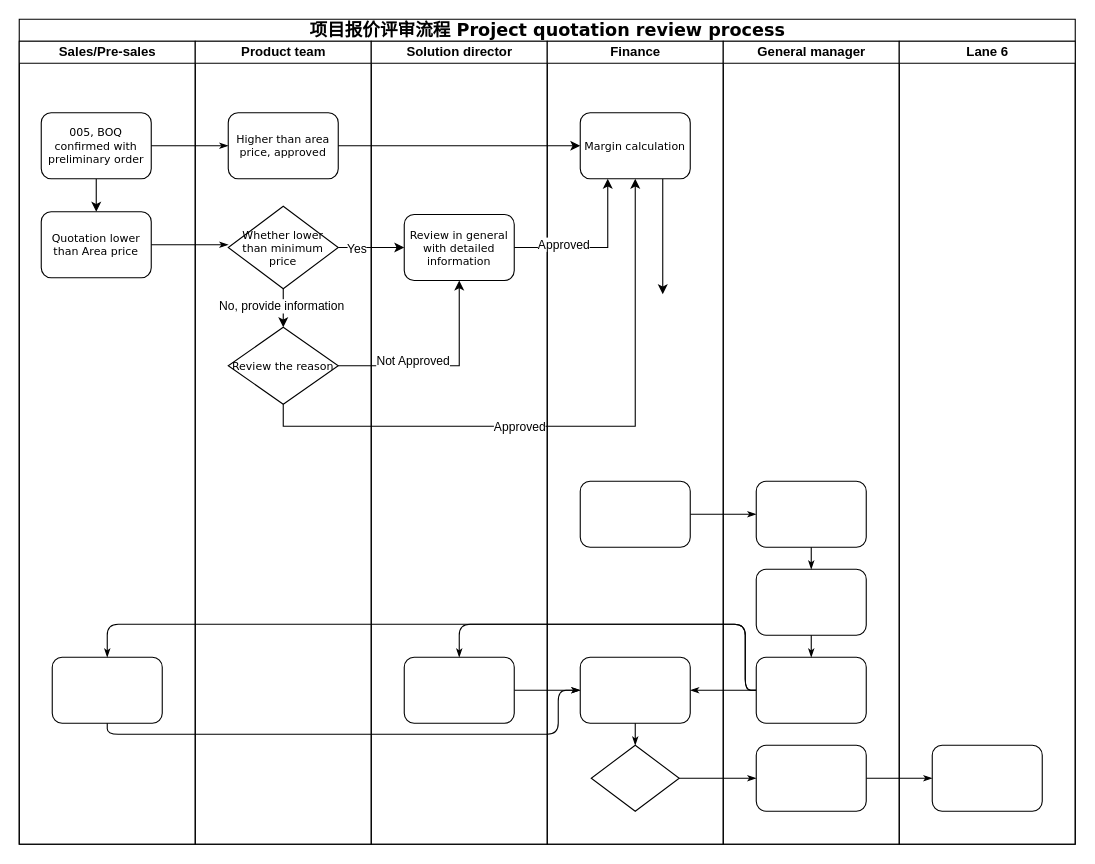
This is project quotation.drawio from akkkriver/diagramswork, a draw.io file, before an edit. Source tidied: cells renumbered, new cells numbered last; positions are measured from the earlier drawing's top-left corner, leaving out a move shared by most shapes. Both pictures are drawn from the tidied source at 110%, with x=0, y=0 at pixel (19, 19).
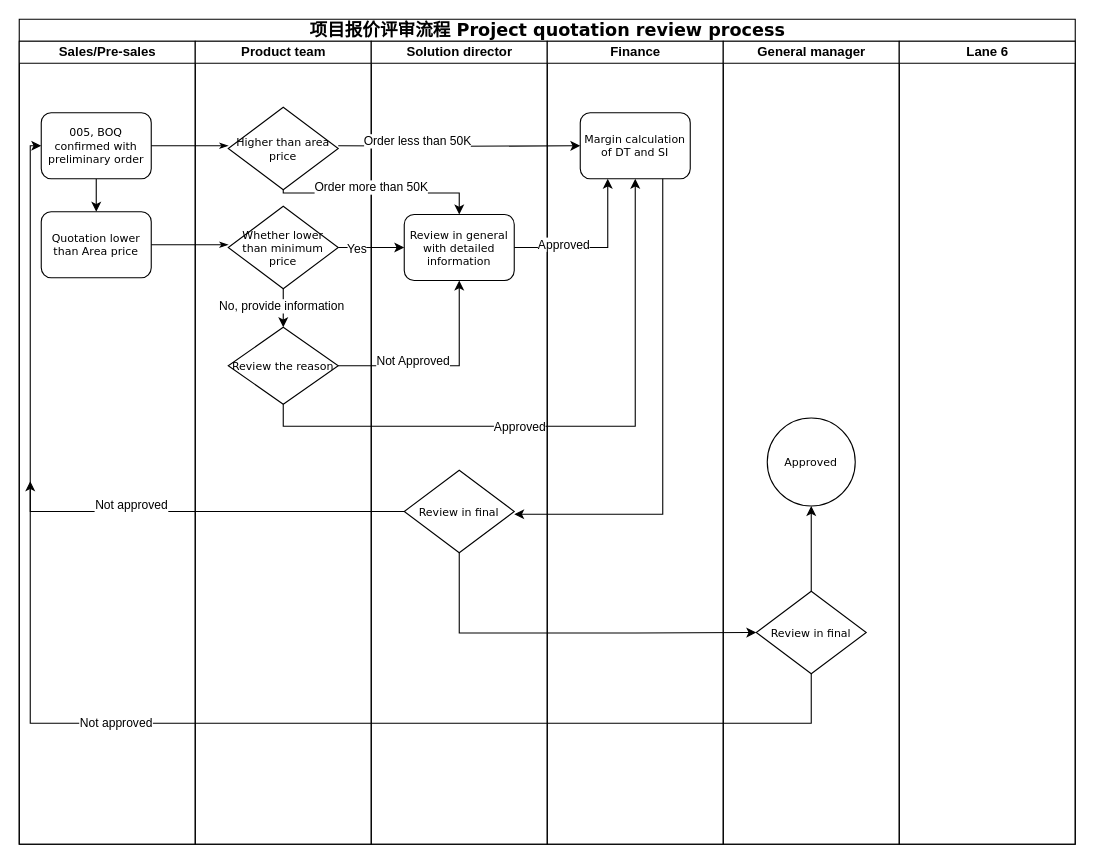
The same page after the edit.

Unchanged cells that the change refers to:
```xml
<mxCell id="2" value="&lt;font style=&quot;font-size: 16px;&quot;&gt;项目报价评审流程 Project quotation review process&lt;/font&gt;" style="swimlane;html=1;startSize=20;rounded=0;shadow=0;labelBackgroundColor=none;strokeWidth=1;fontFamily=Verdana;fontSize=8;align=center;" parent="1" vertex="1">
  <mxGeometry width="960" height="750" as="geometry" />
</mxCell>
<mxCell id="3" value="Sales/Pre-sales" style="swimlane;html=1;startSize=20;" parent="2" vertex="1">
  <mxGeometry y="20" width="160" height="730" as="geometry" />
</mxCell>
<mxCell id="5" value="&lt;font style=&quot;font-size: 10px;&quot;&gt;005, BOQ confirmed with preliminary order&lt;/font&gt;" style="rounded=1;whiteSpace=wrap;html=1;shadow=0;labelBackgroundColor=none;strokeWidth=1;fontFamily=Verdana;fontSize=8;align=center;" parent="3" vertex="1">
  <mxGeometry x="20" y="65" width="100" height="60" as="geometry" />
</mxCell>
<mxCell id="18" value="Product team" style="swimlane;html=1;startSize=20;" parent="2" vertex="1">
  <mxGeometry x="160" y="20" width="160" height="730" as="geometry" />
</mxCell>
<mxCell id="24" value="Solution director" style="swimlane;html=1;startSize=20;" parent="2" vertex="1">
  <mxGeometry x="320" y="20" width="160" height="730" as="geometry" />
</mxCell>
<mxCell id="25" value="&lt;font style=&quot;font-size: 10px;&quot;&gt;Review in general with detailed information&lt;/font&gt;" style="rounded=1;whiteSpace=wrap;html=1;shadow=0;labelBackgroundColor=none;strokeWidth=1;fontFamily=Verdana;fontSize=8;align=center;" parent="24" vertex="1">
  <mxGeometry x="30" y="157.5" width="100" height="60" as="geometry" />
</mxCell>
<mxCell id="29" value="&lt;font style=&quot;font-size: 12px;&quot;&gt;Finance&lt;/font&gt;" style="swimlane;html=1;startSize=20;" parent="2" vertex="1">
  <mxGeometry x="480" y="20" width="160" height="730" as="geometry" />
</mxCell>
<mxCell id="36" value="General manager" style="swimlane;html=1;startSize=20;" parent="2" vertex="1">
  <mxGeometry x="640" y="20" width="160" height="730" as="geometry" />
</mxCell>
<mxCell id="43" value="Lane 6" style="swimlane;html=1;startSize=20;" parent="2" vertex="1">
  <mxGeometry x="800" y="20" width="160" height="730" as="geometry" />
</mxCell>
```

Change to the diagram source:
```diff
@@
-    <mxCell id="7" style="rounded=1;whiteSpace=wrap;html=1;shadow=0;labelBackgroundColor=none;strokeWidth=1;fontFamily=Verdana;fontSize=8;align=center;" parent="3" vertex="1">
-      <mxGeometry x="30" y="560" width="100" height="60" as="geometry" />
-    </mxCell>
-    <mxCell id="8" style="edgeStyle=orthogonalEdgeStyle;rounded=1;html=1;labelBackgroundColor=none;startArrow=none;startFill=0;startSize=5;endArrow=classicThin;endFill=1;endSize=5;jettySize=auto;strokeWidth=1;fontFamily=Verdana;fontSize=8;" parent="2" edge="1" source="5" target="19">
-      <mxGeometry relative="1" as="geometry" />
+    <mxCell id="8" style="edgeStyle=orthogonalEdgeStyle;rounded=1;html=1;labelBackgroundColor=none;startArrow=none;startFill=0;startSize=5;endArrow=classicThin;endFill=1;endSize=5;jettySize=auto;strokeWidth=1;fontFamily=Verdana;fontSize=8;" parent="2" edge="1" source="5">
+      <mxGeometry relative="1" as="geometry">
+        <mxPoint x="190" y="115" as="targetPoint" />
+      </mxGeometry>
     </mxCell>
@@
-    <mxCell id="10" style="edgeStyle=orthogonalEdgeStyle;rounded=1;html=1;labelBackgroundColor=none;startArrow=none;startFill=0;startSize=5;endArrow=classicThin;endFill=1;endSize=5;jettySize=auto;strokeWidth=1;fontFamily=Verdana;fontSize=8;" parent="2" edge="1" source="32" target="40">
-      <mxGeometry relative="1" as="geometry" />
-    </mxCell>
-    <mxCell id="11" style="edgeStyle=orthogonalEdgeStyle;rounded=1;html=1;labelBackgroundColor=none;startArrow=none;startFill=0;startSize=5;endArrow=classicThin;endFill=1;endSize=5;jettySize=auto;strokeWidth=1;fontFamily=Verdana;fontSize=8;" parent="2" edge="1" source="40" target="44">
-      <mxGeometry relative="1" as="geometry" />
-    </mxCell>
-    <mxCell id="12" style="edgeStyle=orthogonalEdgeStyle;rounded=1;html=1;labelBackgroundColor=none;startArrow=none;startFill=0;startSize=5;endArrow=classicThin;endFill=1;endSize=5;jettySize=auto;strokeWidth=1;fontFamily=Verdana;fontSize=8;" parent="2" edge="1" source="30" target="37">
-      <mxGeometry relative="1" as="geometry" />
-    </mxCell>
-    <mxCell id="13" style="edgeStyle=orthogonalEdgeStyle;rounded=1;html=1;labelBackgroundColor=none;startArrow=none;startFill=0;startSize=5;endArrow=classicThin;endFill=1;endSize=5;jettySize=auto;strokeWidth=1;fontFamily=Verdana;fontSize=8;" parent="2" edge="1" source="39" target="26">
-      <mxGeometry relative="1" as="geometry">
-        <Array as="points">
-          <mxPoint x="660" y="610" />
-          <mxPoint x="660" y="550" />
-          <mxPoint x="400" y="550" />
-        </Array>
-      </mxGeometry>
-    </mxCell>
-    <mxCell id="14" style="edgeStyle=orthogonalEdgeStyle;rounded=1;html=1;labelBackgroundColor=none;startArrow=none;startFill=0;startSize=5;endArrow=classicThin;endFill=1;endSize=5;jettySize=auto;strokeColor=#000000;strokeWidth=1;fontFamily=Verdana;fontSize=8;fontColor=#000000;" parent="2" edge="1" source="39" target="31">
-      <mxGeometry relative="1" as="geometry" />
-    </mxCell>
-    <mxCell id="15" style="edgeStyle=orthogonalEdgeStyle;rounded=1;html=1;labelBackgroundColor=none;startArrow=none;startFill=0;startSize=5;endArrow=classicThin;endFill=1;endSize=5;jettySize=auto;strokeWidth=1;fontFamily=Verdana;fontSize=8;" parent="2" edge="1" source="39" target="7">
-      <mxGeometry relative="1" as="geometry">
-        <Array as="points">
-          <mxPoint x="660" y="610" />
-          <mxPoint x="660" y="550" />
-          <mxPoint x="80" y="550" />
-        </Array>
-      </mxGeometry>
-    </mxCell>
-    <mxCell id="16" style="edgeStyle=orthogonalEdgeStyle;rounded=1;html=1;labelBackgroundColor=none;startArrow=none;startFill=0;startSize=5;endArrow=classicThin;endFill=1;endSize=5;jettySize=auto;strokeWidth=1;fontFamily=Verdana;fontSize=8;" parent="2" edge="1" source="7" target="31">
-      <mxGeometry relative="1" as="geometry">
-        <Array as="points">
-          <mxPoint x="80" y="650" />
-          <mxPoint x="490" y="650" />
-          <mxPoint x="490" y="610" />
-        </Array>
-      </mxGeometry>
-    </mxCell>
-    <mxCell id="17" style="edgeStyle=orthogonalEdgeStyle;rounded=1;html=1;labelBackgroundColor=none;startArrow=none;startFill=0;startSize=5;endArrow=classicThin;endFill=1;endSize=5;jettySize=auto;strokeWidth=1;fontFamily=Verdana;fontSize=8;" parent="2" edge="1" source="26" target="31">
-      <mxGeometry relative="1" as="geometry" />
-    </mxCell>
@@
-    <mxCell id="19" value="&lt;font style=&quot;font-size: 10px;&quot;&gt;Higher than area price, approved&lt;/font&gt;" style="rounded=1;whiteSpace=wrap;html=1;shadow=0;labelBackgroundColor=none;strokeWidth=1;fontFamily=Verdana;fontSize=8;align=center;" parent="18" vertex="1">
-      <mxGeometry x="30" y="65" width="100" height="60" as="geometry" />
-    </mxCell>
+    <mxCell id="23" value="&lt;font style=&quot;font-size: 10px;&quot;&gt;Review the reason&lt;/font&gt;" style="rhombus;whiteSpace=wrap;html=1;rounded=0;shadow=0;labelBackgroundColor=none;strokeWidth=1;fontFamily=Verdana;fontSize=8;align=center;" parent="18" vertex="1">
+      <mxGeometry x="30" y="260" width="100" height="70" as="geometry" />
+    </mxCell>
+    <mxCell id="52" value="&lt;font style=&quot;font-size: 10px;&quot;&gt;Higher than area price&lt;/font&gt;" style="rhombus;whiteSpace=wrap;html=1;rounded=0;shadow=0;labelBackgroundColor=none;strokeWidth=1;fontFamily=Verdana;fontSize=8;align=center;" parent="18" vertex="1">
+      <mxGeometry x="30" y="60" width="100" height="75" as="geometry" />
+    </mxCell>
+    <mxCell id="22" value="&lt;font style=&quot;font-size: 10px;&quot;&gt;Whether lower than minimum price&lt;/font&gt;" style="rhombus;whiteSpace=wrap;html=1;rounded=0;shadow=0;labelBackgroundColor=none;strokeWidth=1;fontFamily=Verdana;fontSize=8;align=center;" parent="18" vertex="1">
+      <mxGeometry x="30" y="150" width="100" height="75" as="geometry" />
+    </mxCell>
@@
-    <mxCell id="22" value="&lt;font style=&quot;font-size: 10px;&quot;&gt;Whether lower than minimum price&lt;/font&gt;" style="rhombus;whiteSpace=wrap;html=1;rounded=0;shadow=0;labelBackgroundColor=none;strokeWidth=1;fontFamily=Verdana;fontSize=8;align=center;" parent="18" vertex="1">
-      <mxGeometry x="30" y="150" width="100" height="75" as="geometry" />
-    </mxCell>
-    <mxCell id="23" value="&lt;font style=&quot;font-size: 10px;&quot;&gt;Review the reason&lt;/font&gt;" style="rhombus;whiteSpace=wrap;html=1;rounded=0;shadow=0;labelBackgroundColor=none;strokeWidth=1;fontFamily=Verdana;fontSize=8;align=center;" parent="18" vertex="1">
-      <mxGeometry x="30" y="260" width="100" height="70" as="geometry" />
-    </mxCell>
@@
-    <mxCell id="26" style="rounded=1;whiteSpace=wrap;html=1;shadow=0;labelBackgroundColor=none;strokeWidth=1;fontFamily=Verdana;fontSize=8;align=center;" parent="24" vertex="1">
-      <mxGeometry x="30" y="560" width="100" height="60" as="geometry" />
-    </mxCell>
@@
+    <mxCell id="53" value="&lt;font style=&quot;font-size: 10px;&quot;&gt;Review in final&lt;/font&gt;" style="rhombus;whiteSpace=wrap;html=1;rounded=0;shadow=0;labelBackgroundColor=none;strokeWidth=1;fontFamily=Verdana;fontSize=8;align=center;" parent="24" vertex="1">
+      <mxGeometry x="30" y="390" width="100" height="75" as="geometry" />
+    </mxCell>
@@
-    <mxCell id="30" style="rounded=1;whiteSpace=wrap;html=1;shadow=0;labelBackgroundColor=none;strokeWidth=1;fontFamily=Verdana;fontSize=8;align=center;" parent="29" vertex="1">
-      <mxGeometry x="30" y="400" width="100" height="60" as="geometry" />
-    </mxCell>
-    <mxCell id="31" style="rounded=1;whiteSpace=wrap;html=1;shadow=0;labelBackgroundColor=none;strokeWidth=1;fontFamily=Verdana;fontSize=8;align=center;" parent="29" vertex="1">
-      <mxGeometry x="30" y="560" width="100" height="60" as="geometry" />
-    </mxCell>
-    <mxCell id="32" style="rhombus;whiteSpace=wrap;html=1;rounded=0;shadow=0;labelBackgroundColor=none;strokeWidth=1;fontFamily=Verdana;fontSize=8;align=center;" parent="29" vertex="1">
-      <mxGeometry x="40" y="640" width="80" height="60" as="geometry" />
-    </mxCell>
-    <mxCell id="33" style="edgeStyle=orthogonalEdgeStyle;rounded=1;html=1;labelBackgroundColor=none;startArrow=none;startFill=0;startSize=5;endArrow=classicThin;endFill=1;endSize=5;jettySize=auto;strokeWidth=1;fontFamily=Verdana;fontSize=8;" parent="29" edge="1" source="31" target="32">
-      <mxGeometry relative="1" as="geometry" />
-    </mxCell>
-    <mxCell id="34" style="edgeStyle=orthogonalEdgeStyle;rounded=0;jettySize=auto;html=1;exitX=0.75;exitY=1;exitDx=0;exitDy=0;" parent="29" edge="1" source="35">
-      <mxGeometry relative="1" as="geometry">
-        <mxPoint x="105" y="230" as="targetPoint" />
-      </mxGeometry>
-    </mxCell>
-    <mxCell id="35" value="&lt;font style=&quot;font-size: 10px;&quot;&gt;Margin calculation&lt;/font&gt;" style="rounded=1;whiteSpace=wrap;html=1;shadow=0;labelBackgroundColor=none;strokeWidth=1;fontFamily=Verdana;fontSize=8;align=center;" parent="29" vertex="1">
+    <mxCell id="35" value="&lt;font style=&quot;font-size: 10px;&quot;&gt;Margin calculation of DT and SI&lt;/font&gt;" style="rounded=1;whiteSpace=wrap;html=1;shadow=0;labelBackgroundColor=none;strokeWidth=1;fontFamily=Verdana;fontSize=8;align=center;" parent="29" vertex="1">
       <mxGeometry x="30" y="65" width="100" height="60" as="geometry" />
     </mxCell>
@@
-    <mxCell id="37" style="rounded=1;whiteSpace=wrap;html=1;shadow=0;labelBackgroundColor=none;strokeWidth=1;fontFamily=Verdana;fontSize=8;align=center;" parent="36" vertex="1">
-      <mxGeometry x="30" y="400" width="100" height="60" as="geometry" />
-    </mxCell>
-    <mxCell id="38" style="rounded=1;whiteSpace=wrap;html=1;shadow=0;labelBackgroundColor=none;strokeWidth=1;fontFamily=Verdana;fontSize=8;align=center;" parent="36" vertex="1">
-      <mxGeometry x="30" y="480" width="100" height="60" as="geometry" />
-    </mxCell>
-    <mxCell id="39" style="rounded=1;whiteSpace=wrap;html=1;shadow=0;labelBackgroundColor=none;strokeWidth=1;fontFamily=Verdana;fontSize=8;align=center;" parent="36" vertex="1">
-      <mxGeometry x="30" y="560" width="100" height="60" as="geometry" />
-    </mxCell>
-    <mxCell id="40" style="rounded=1;whiteSpace=wrap;html=1;shadow=0;labelBackgroundColor=none;strokeWidth=1;fontFamily=Verdana;fontSize=8;align=center;" parent="36" vertex="1">
-      <mxGeometry x="30" y="640" width="100" height="60" as="geometry" />
-    </mxCell>
-    <mxCell id="41" style="edgeStyle=orthogonalEdgeStyle;rounded=1;html=1;labelBackgroundColor=none;startArrow=none;startFill=0;startSize=5;endArrow=classicThin;endFill=1;endSize=5;jettySize=auto;strokeWidth=1;fontFamily=Verdana;fontSize=8;" parent="36" edge="1" source="37" target="38">
-      <mxGeometry relative="1" as="geometry" />
-    </mxCell>
-    <mxCell id="42" style="edgeStyle=orthogonalEdgeStyle;rounded=1;html=1;labelBackgroundColor=none;startArrow=none;startFill=0;startSize=5;endArrow=classicThin;endFill=1;endSize=5;jettySize=auto;strokeWidth=1;fontFamily=Verdana;fontSize=8;" parent="36" edge="1" source="38" target="39">
-      <mxGeometry relative="1" as="geometry" />
-    </mxCell>
+    <mxCell id="54" style="edgeStyle=orthogonalEdgeStyle;rounded=0;jettySize=auto;html=1;" parent="36" edge="1" source="57">
+      <mxGeometry relative="1" as="geometry">
+        <mxPoint x="-630" y="400" as="targetPoint" />
+        <Array as="points">
+          <mxPoint x="80" y="620" />
+          <mxPoint x="-630" y="620" />
+        </Array>
+      </mxGeometry>
+    </mxCell>
+    <mxCell id="55" value="Not approved" style="edgeLabel;html=1;align=center;verticalAlign=middle;" parent="54" vertex="1">
+      <mxGeometry x="0.39" y="-1" relative="1" as="geometry" />
+    </mxCell>
+    <mxCell id="56" style="edgeStyle=orthogonalEdgeStyle;rounded=0;jettySize=auto;html=1;" parent="36" edge="1" source="57" target="58">
+      <mxGeometry relative="1" as="geometry" />
+    </mxCell>
+    <mxCell id="57" value="&lt;font style=&quot;font-size: 10px;&quot;&gt;Review in final&lt;/font&gt;" style="rhombus;whiteSpace=wrap;html=1;rounded=0;shadow=0;labelBackgroundColor=none;strokeWidth=1;fontFamily=Verdana;fontSize=8;align=center;" parent="36" vertex="1">
+      <mxGeometry x="30" y="500" width="100" height="75" as="geometry" />
+    </mxCell>
+    <mxCell id="58" value="&lt;font style=&quot;font-size: 10px;&quot;&gt;Approved&lt;/font&gt;" style="ellipse;whiteSpace=wrap;html=1;fontSize=8;fontFamily=Verdana;rounded=0;shadow=0;labelBackgroundColor=none;strokeWidth=1;" parent="36" vertex="1">
+      <mxGeometry x="40" y="342.5" width="80" height="80" as="geometry" />
+    </mxCell>
@@
-    <mxCell id="44" style="rounded=1;whiteSpace=wrap;html=1;shadow=0;labelBackgroundColor=none;strokeWidth=1;fontFamily=Verdana;fontSize=8;align=center;" parent="43" vertex="1">
-      <mxGeometry x="30" y="640" width="100" height="60" as="geometry" />
-    </mxCell>
@@
-    <mxCell id="47" style="edgeStyle=orthogonalEdgeStyle;rounded=0;jettySize=auto;html=1;entryX=0;entryY=0.5;entryDx=0;entryDy=0;" parent="2" edge="1" source="19" target="35">
-      <mxGeometry relative="1" as="geometry" />
+    <mxCell id="47" style="edgeStyle=orthogonalEdgeStyle;rounded=0;jettySize=auto;html=1;entryX=0;entryY=0.5;entryDx=0;entryDy=0;" parent="2" edge="1" target="35">
+      <mxGeometry relative="1" as="geometry">
+        <mxPoint x="290" y="115" as="sourcePoint" />
+      </mxGeometry>
     </mxCell>
+    <mxCell id="59" value="Order less than 50K" style="edgeLabel;html=1;align=center;verticalAlign=middle;" parent="47" vertex="1">
+      <mxGeometry x="-0.36" y="5" relative="1" as="geometry" />
+    </mxCell>
@@
+    <mxCell id="60" style="edgeStyle=orthogonalEdgeStyle;rounded=0;jettySize=auto;html=1;entryX=0.5;entryY=0;entryDx=0;entryDy=0;exitX=0.5;exitY=1;exitDx=0;exitDy=0;" parent="2" edge="1" source="52" target="25">
+      <mxGeometry relative="1" as="geometry">
+        <Array as="points">
+          <mxPoint x="240" y="158" />
+          <mxPoint x="400" y="158" />
+        </Array>
+      </mxGeometry>
+    </mxCell>
+    <mxCell id="61" value="Order more than 50K" style="edgeLabel;html=1;align=center;verticalAlign=middle;" parent="60" vertex="1">
+      <mxGeometry x="-0.1" y="6" relative="1" as="geometry" />
+    </mxCell>
+    <mxCell id="62" style="edgeStyle=orthogonalEdgeStyle;rounded=0;jettySize=auto;html=1;exitX=0.75;exitY=1;exitDx=0;exitDy=0;entryX=1;entryY=0.5;entryDx=0;entryDy=0;" parent="2" edge="1" source="35">
+      <mxGeometry relative="1" as="geometry">
+        <mxPoint x="450" y="450" as="targetPoint" />
+        <Array as="points">
+          <mxPoint x="585" y="450" />
+        </Array>
+      </mxGeometry>
+    </mxCell>
+    <mxCell id="63" style="edgeStyle=orthogonalEdgeStyle;rounded=0;jettySize=auto;html=1;entryX=0;entryY=0.5;entryDx=0;entryDy=0;" parent="2" edge="1" source="53" target="5">
+      <mxGeometry relative="1" as="geometry">
+        <Array as="points">
+          <mxPoint x="10" y="448" />
+          <mxPoint x="10" y="115" />
+        </Array>
+      </mxGeometry>
+    </mxCell>
+    <mxCell id="64" value="Not approved" style="edgeLabel;html=1;align=center;verticalAlign=middle;" parent="63" vertex="1">
+      <mxGeometry x="-0.27" y="-6" relative="1" as="geometry" />
+    </mxCell>
+    <mxCell id="65" style="edgeStyle=orthogonalEdgeStyle;rounded=0;jettySize=auto;html=1;entryX=0;entryY=0.5;entryDx=0;entryDy=0;" parent="2" edge="1" source="53" target="57">
+      <mxGeometry relative="1" as="geometry">
+        <Array as="points">
+          <mxPoint x="400" y="558" />
+          <mxPoint x="560" y="558" />
+        </Array>
+      </mxGeometry>
+    </mxCell>
```
